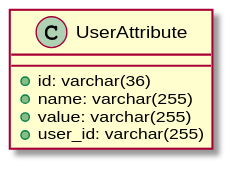
Above: entities.svg in Jeff-Tian/uni-sso (PlantUML), before the change.
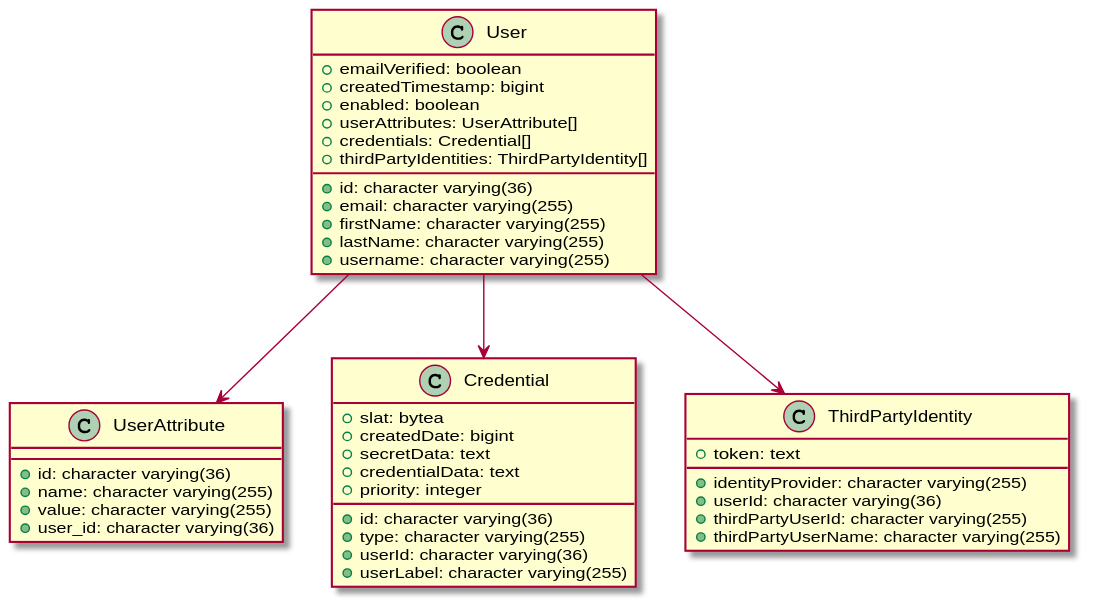
Above is the later version.

Commit message:
feat: add credential and thirdparty identity

Diff of the diagram source:
```diff
@@ -1,8 +1,42 @@
 @startuml
 class UserAttribute {
-    +id: varchar(36)
-    +name: varchar(255)
-    +value: varchar(255)
-    +user_id: varchar(255)
+    +id: character varying(36)
+    +name: character varying(255)
+    +value: character varying(255)
+    +user_id: character varying(36)
 }
+class Credential {
+    +id: character varying(36)
+    +slat: bytea
+    +type: character varying(255)
+    +userId: character varying(36)
+    +createdDate: bigint
+    +userLabel: character varying(255)
+    +secretData: text
+    +credentialData: text
+    +priority: integer
+}
+class ThirdPartyIdentity {
+    +identityProvider: character varying(255)
+    +userId: character varying(36)
+    +thirdPartyUserId: character varying(255)
+    +thirdPartyUserName: character varying(255)
+    +token: text
+}
+class User {
+    +id: character varying(36)
+    +email: character varying(255)
+    +emailVerified: boolean
+    +firstName: character varying(255)
+    +lastName: character varying(255)
+    +username: character varying(255)
+    +createdTimestamp: bigint
+    +enabled: boolean
+    +userAttributes: UserAttribute[]
+    +credentials: Credential[]
+    +thirdPartyIdentities: ThirdPartyIdentity[]
+}
+User --> UserAttribute
+User --> Credential
+User --> ThirdPartyIdentity
 @enduml
```
